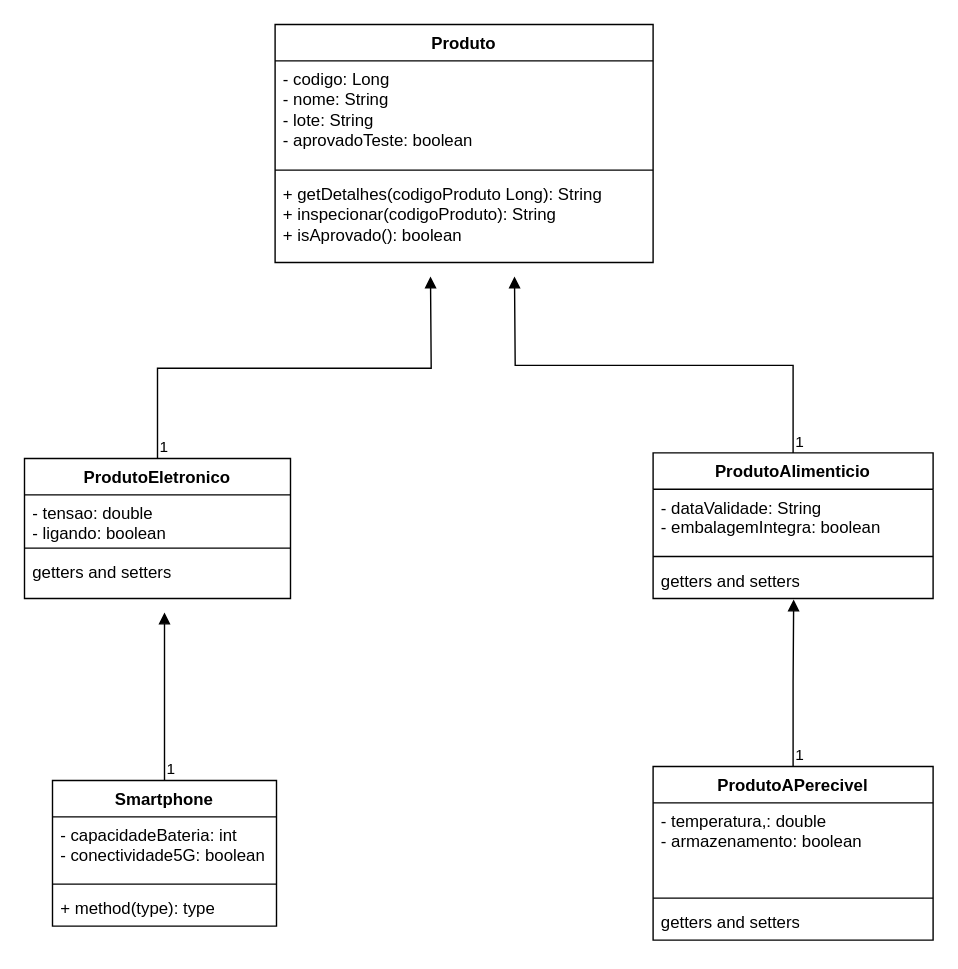
The draw.io diagram Diagrama Controle de Qualidade.drawio in 1k2s/sistemaDeControleDeQualidadeDeProducao, before the edit. Source tidied: cells renumbered, new cells numbered last; positions are measured from the earlier drawing's top-left corner, leaving out a move shared by most shapes. Both pictures are drawn from the tidied source at 140%, with x=0, y=0 at pixel (24, 24).
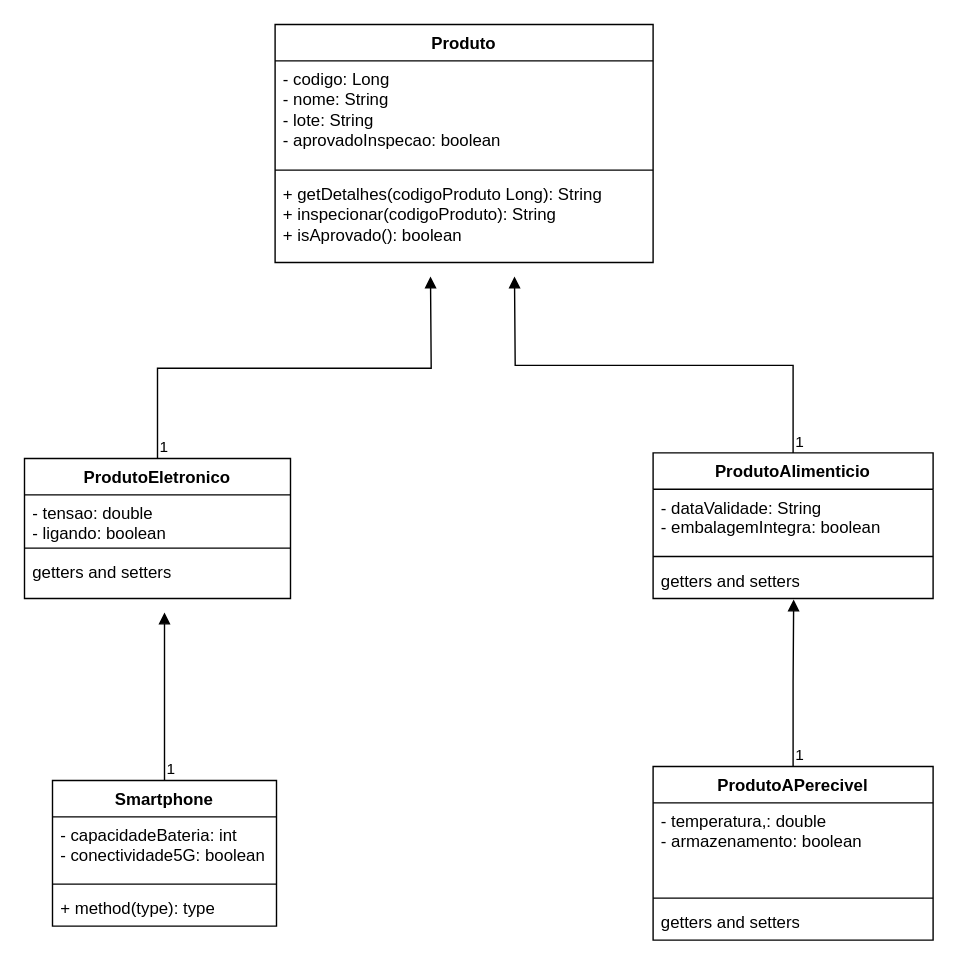
Above is the later version.

The change refers to these unchanged cells:
```xml
<mxCell id="2" value="Produto" style="swimlane;fontStyle=1;align=center;verticalAlign=top;horizontal=1;startSize=26;whiteSpace=wrap;html=1;" parent="1" vertex="1">
  <mxGeometry x="179" width="270" height="170" as="geometry" />
</mxCell>
```

The edit, as a diff of the source:
```diff
@@
-    <mxCell id="3" value="- codigo: Long&amp;nbsp;&lt;div&gt;- nome: String&lt;/div&gt;&lt;div&gt;- lote: String&lt;/div&gt;&lt;div&gt;- aprovadoTeste: boolean&lt;/div&gt;" style="text;strokeColor=none;fillColor=none;align=left;verticalAlign=top;spacingLeft=4;spacingRight=4;overflow=hidden;whiteSpace=wrap;html=1;" parent="2" vertex="1">
+    <mxCell id="3" value="- codigo: Long&amp;nbsp;&lt;div&gt;- nome: String&lt;/div&gt;&lt;div&gt;- lote: String&lt;/div&gt;&lt;div&gt;- aprovadoInspecao: boolean&lt;/div&gt;" style="text;strokeColor=none;fillColor=none;align=left;verticalAlign=top;spacingLeft=4;spacingRight=4;overflow=hidden;whiteSpace=wrap;html=1;" parent="2" vertex="1">
       <mxGeometry y="26" width="270" height="74" as="geometry" />
     </mxCell>
```
